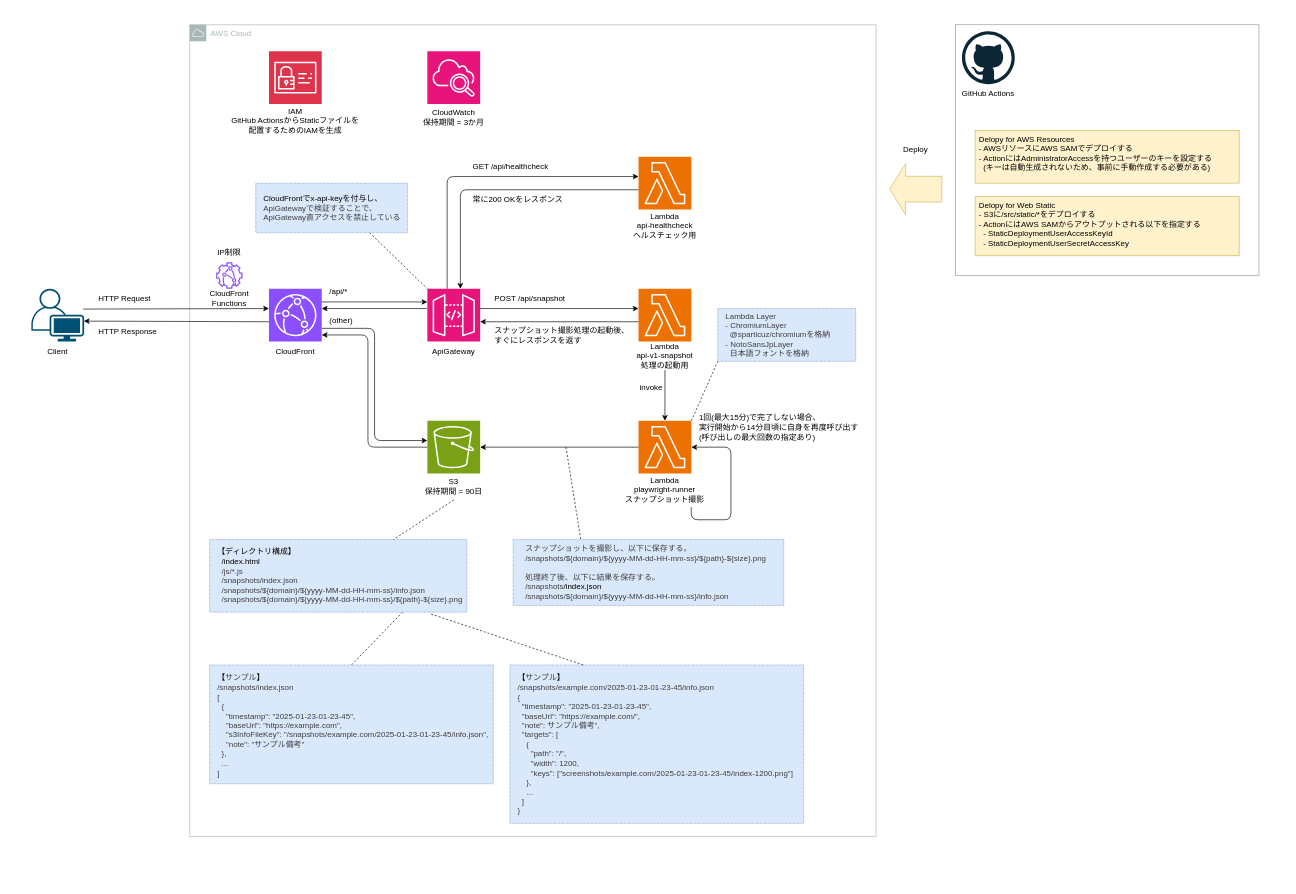
ljourm/lambda-sam-playwright-v2 keeps this draw.io diagram as docs/architecture.drawio. Above is the earlier version. Source tidied: cells renumbered, new cells numbered last; positions are measured from the earlier drawing's top-left corner, leaving out a move shared by most shapes. Both pictures are drawn from the tidied source at 66%, with x=0, y=0 at pixel (11, 11).
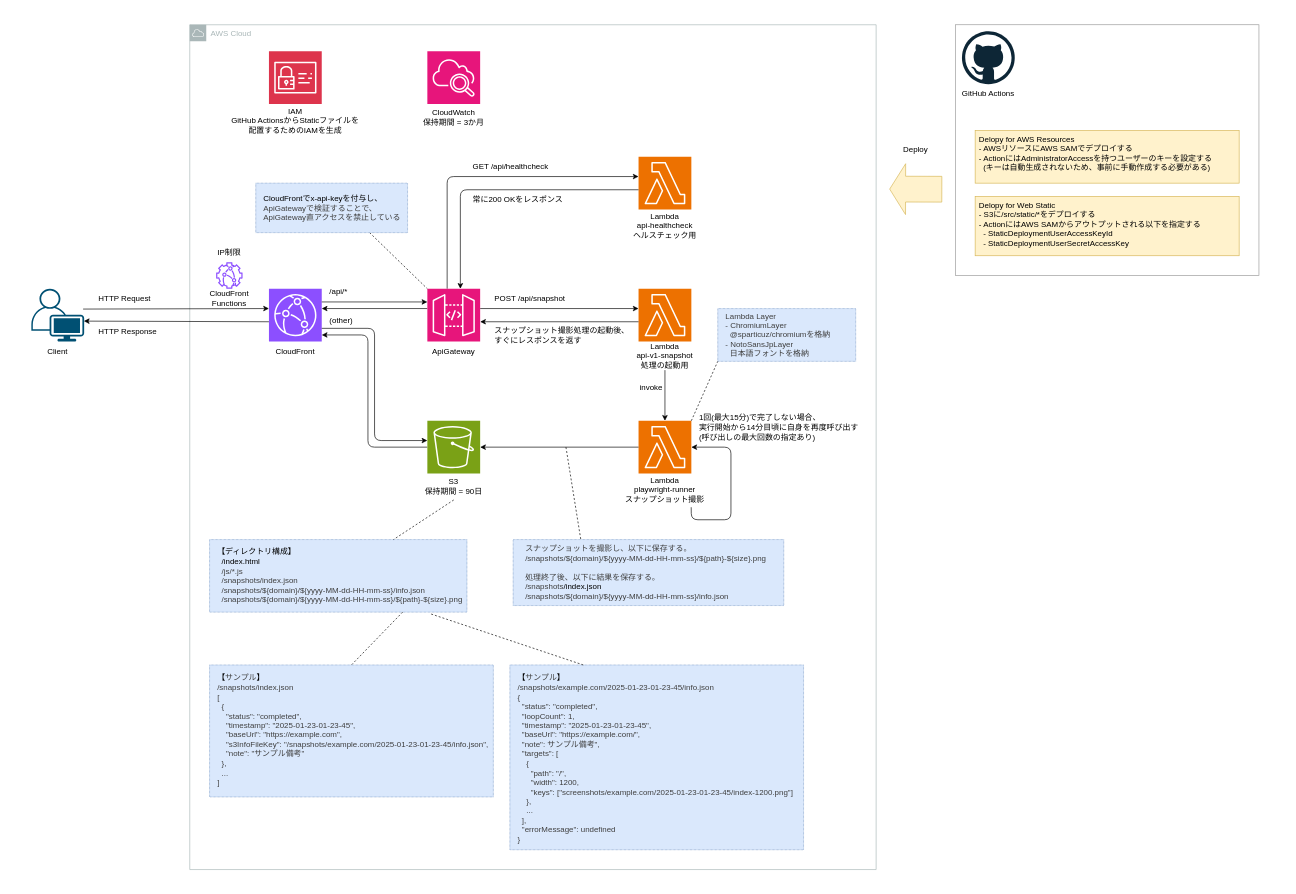
The same page after the edit.

Change to the diagram source:
```diff
@@
     <mxCell id="2" style="rounded=0;whiteSpace=wrap;html=1;strokeColor=none;fontSize=13;" parent="1" vertex="1">
-      <mxGeometry width="1930" height="1270" as="geometry" />
+      <mxGeometry width="1930" height="1320" as="geometry" />
     </mxCell>
@@
     <mxCell id="4" value="AWS Cloud" style="sketch=0;gradientColor=none;html=1;whiteSpace=wrap;fontSize=12;fontStyle=0;shape=mxgraph.aws4.group;grIcon=mxgraph.aws4.group_aws_cloud;strokeColor=#AAB7B8;fillColor=none;verticalAlign=top;align=left;spacingLeft=30;fontColor=#AAB7B8;dashed=0;" parent="1" vertex="1">
-      <mxGeometry x="270" y="20" width="1040" height="1230" as="geometry" />
+      <mxGeometry x="270" y="20" width="1040" height="1280" as="geometry" />
     </mxCell>
@@
-    <mxCell id="64" value="&lt;div&gt;&lt;span style=&quot;color: rgb(0, 0, 0); text-wrap-mode: nowrap;&quot;&gt;【&lt;span style=&quot;color: rgb(63, 63, 63);&quot;&gt;サンプル&lt;/span&gt;】&lt;/span&gt;&lt;/div&gt;&lt;div style=&quot;color: rgb(63, 63, 63); scrollbar-color: rgb(226, 226, 226) rgb(251, 251, 251); text-wrap-mode: nowrap;&quot;&gt;&lt;span style=&quot;scrollbar-color: rgb(226, 226, 226) rgb(251, 251, 251); background-color: transparent; color: rgb(63, 63, 63);&quot;&gt;/snapshots&lt;/span&gt;&lt;span style=&quot;color: rgb(63, 63, 63);&quot;&gt;/index.json&lt;/span&gt;&lt;/div&gt;&lt;div style=&quot;color: rgb(63, 63, 63); scrollbar-color: rgb(226, 226, 226) rgb(251, 251, 251); text-wrap-mode: nowrap;&quot;&gt;&lt;span style=&quot;color: rgb(63, 63, 63);&quot;&gt;&lt;span style=&quot;color: rgb(63, 63, 63); scrollbar-color: rgb(226, 226, 226) rgb(251, 251, 251); background-color: transparent;&quot;&gt;[&lt;/span&gt;&lt;/span&gt;&lt;/div&gt;&lt;div style=&quot;color: rgb(63, 63, 63); scrollbar-color: rgb(226, 226, 226) rgb(251, 251, 251); text-wrap-mode: nowrap;&quot;&gt;&lt;span style=&quot;color: rgb(63, 63, 63);&quot;&gt;&lt;span style=&quot;color: rgb(63, 63, 63); scrollbar-color: rgb(226, 226, 226) rgb(251, 251, 251); background-color: transparent;&quot;&gt;&amp;nbsp; {&amp;nbsp;&lt;/span&gt;&lt;/span&gt;&lt;/div&gt;&lt;div style=&quot;color: rgb(63, 63, 63); scrollbar-color: rgb(226, 226, 226) rgb(251, 251, 251); text-wrap-mode: nowrap;&quot;&gt;&lt;span style=&quot;color: rgb(63, 63, 63);&quot;&gt;&lt;span style=&quot;scrollbar-color: rgb(226, 226, 226) rgb(251, 251, 251); background-color: transparent; color: rgb(63, 63, 63);&quot;&gt;&amp;nbsp; &amp;nbsp; &quot;timestamp&quot;: &quot;&lt;/span&gt;&lt;/span&gt;&lt;span style=&quot;color: rgb(63, 63, 63); background-color: transparent;&quot;&gt;2025-01-23-01-23-45&quot;&lt;/span&gt;&lt;span style=&quot;background-color: transparent;&quot;&gt;,&lt;/span&gt;&lt;/div&gt;&lt;div style=&quot;color: rgb(63, 63, 63); scrollbar-color: rgb(226, 226, 226) rgb(251, 251, 251); text-wrap-mode: nowrap;&quot;&gt;&lt;span style=&quot;background-color: transparent;&quot;&gt;&amp;nbsp; &amp;nbsp; &quot;baseUrl&quot;: &quot;https://example.com&lt;/span&gt;&lt;span style=&quot;color: rgb(63, 63, 63); background-color: transparent;&quot;&gt;&quot;&lt;/span&gt;&lt;span style=&quot;background-color: transparent; color: rgb(63, 63, 63);&quot;&gt;,&lt;/span&gt;&lt;/div&gt;&lt;div style=&quot;color: rgb(63, 63, 63); scrollbar-color: rgb(226, 226, 226) rgb(251, 251, 251); text-wrap-mode: nowrap;&quot;&gt;&lt;span style=&quot;background-color: transparent;&quot;&gt;&amp;nbsp; &amp;nbsp; &quot;s3InfoFileKey&quot;: &quot;&lt;/span&gt;&lt;span style=&quot;background-color: transparent; scrollbar-color: rgb(226, 226, 226) rgb(251, 251, 251); color: rgb(63, 63, 63);&quot;&gt;/snapshots&lt;/span&gt;&lt;span style=&quot;background-color: transparent; color: rgb(63, 63, 63);&quot;&gt;/&lt;/span&gt;&lt;span style=&quot;background-color: transparent; scrollbar-color: rgb(226, 226, 226) rgb(251, 251, 251); color: rgb(63, 63, 63);&quot;&gt;example.com/&lt;/span&gt;&lt;span style=&quot;background-color: transparent; scrollbar-color: rgb(226, 226, 226) rgb(251, 251, 251); color: rgb(63, 63, 63);&quot;&gt;2025-01-23-01-23-45/&lt;/span&gt;&lt;span style=&quot;background-color: transparent; color: rgb(63, 63, 63); scrollbar-color: rgb(226, 226, 226) rgb(251, 251, 251);&quot;&gt;info.json&quot;,&lt;/span&gt;&lt;/div&gt;&lt;div style=&quot;color: rgb(63, 63, 63); scrollbar-color: rgb(226, 226, 226) rgb(251, 251, 251); text-wrap-mode: nowrap;&quot;&gt;&lt;span style=&quot;background-color: transparent; color: rgb(63, 63, 63); scrollbar-color: rgb(226, 226, 226) rgb(251, 251, 251);&quot;&gt;&amp;nbsp; &amp;nbsp; &quot;note&quot;: &quot;サンプル備考&quot;&lt;/span&gt;&lt;/div&gt;&lt;div style=&quot;color: rgb(63, 63, 63); scrollbar-color: rgb(226, 226, 226) rgb(251, 251, 251); text-wrap-mode: nowrap;&quot;&gt;&lt;span style=&quot;background-color: transparent;&quot;&gt;&amp;nbsp; },&lt;/span&gt;&lt;/div&gt;&lt;div style=&quot;color: rgb(63, 63, 63); scrollbar-color: rgb(226, 226, 226) rgb(251, 251, 251); text-wrap-mode: nowrap;&quot;&gt;&lt;span style=&quot;background-color: transparent;&quot;&gt;&amp;nbsp; ...&lt;/span&gt;&lt;/div&gt;&lt;div style=&quot;color: rgb(63, 63, 63); scrollbar-color: rgb(226, 226, 226) rgb(251, 251, 251); text-wrap-mode: nowrap;&quot;&gt;&lt;span style=&quot;background-color: transparent; color: rgb(63, 63, 63);&quot;&gt;]&lt;/span&gt;&lt;/div&gt;" style="text;html=1;align=left;verticalAlign=top;whiteSpace=wrap;rounded=0;strokeColor=#6c8ebf;dashed=1;dashPattern=1 1;labelBorderColor=none;fillColor=#dae8fc;spacingLeft=4;spacing=8;" parent="1" vertex="1">
-      <mxGeometry x="300" y="990" width="430" height="180" as="geometry" />
+    <mxCell id="64" value="&lt;div&gt;&lt;span style=&quot;color: rgb(0, 0, 0); text-wrap-mode: nowrap;&quot;&gt;【&lt;span style=&quot;color: rgb(63, 63, 63);&quot;&gt;サンプル&lt;/span&gt;】&lt;/span&gt;&lt;/div&gt;&lt;div style=&quot;color: rgb(63, 63, 63); scrollbar-color: rgb(226, 226, 226) rgb(251, 251, 251); text-wrap-mode: nowrap;&quot;&gt;&lt;span style=&quot;scrollbar-color: rgb(226, 226, 226) rgb(251, 251, 251); background-color: transparent; color: rgb(63, 63, 63);&quot;&gt;/snapshots&lt;/span&gt;&lt;span style=&quot;color: rgb(63, 63, 63);&quot;&gt;/index.json&lt;/span&gt;&lt;/div&gt;&lt;div style=&quot;color: rgb(63, 63, 63); scrollbar-color: rgb(226, 226, 226) rgb(251, 251, 251); text-wrap-mode: nowrap;&quot;&gt;&lt;span style=&quot;color: rgb(63, 63, 63);&quot;&gt;&lt;span style=&quot;color: rgb(63, 63, 63); scrollbar-color: rgb(226, 226, 226) rgb(251, 251, 251); background-color: transparent;&quot;&gt;[&lt;/span&gt;&lt;/span&gt;&lt;/div&gt;&lt;div style=&quot;color: rgb(63, 63, 63); scrollbar-color: rgb(226, 226, 226) rgb(251, 251, 251); text-wrap-mode: nowrap;&quot;&gt;&lt;span style=&quot;color: rgb(63, 63, 63);&quot;&gt;&lt;span style=&quot;color: rgb(63, 63, 63); scrollbar-color: rgb(226, 226, 226) rgb(251, 251, 251); background-color: transparent;&quot;&gt;&amp;nbsp; {&lt;/span&gt;&lt;/span&gt;&lt;/div&gt;&lt;div style=&quot;color: rgb(63, 63, 63); scrollbar-color: rgb(226, 226, 226) rgb(251, 251, 251); text-wrap-mode: nowrap;&quot;&gt;&lt;span style=&quot;color: rgb(63, 63, 63);&quot;&gt;&lt;span style=&quot;color: rgb(63, 63, 63); scrollbar-color: rgb(226, 226, 226) rgb(251, 251, 251); background-color: transparent;&quot;&gt;&amp;nbsp; &amp;nbsp; &quot;status&quot;: &quot;completed&quot;,&lt;/span&gt;&lt;/span&gt;&lt;/div&gt;&lt;div style=&quot;color: rgb(63, 63, 63); scrollbar-color: rgb(226, 226, 226) rgb(251, 251, 251); text-wrap-mode: nowrap;&quot;&gt;&lt;span style=&quot;color: rgb(63, 63, 63);&quot;&gt;&lt;span style=&quot;scrollbar-color: rgb(226, 226, 226) rgb(251, 251, 251); background-color: transparent; color: rgb(63, 63, 63);&quot;&gt;&amp;nbsp; &amp;nbsp; &quot;timestamp&quot;: &quot;&lt;/span&gt;&lt;/span&gt;&lt;span style=&quot;color: rgb(63, 63, 63); background-color: transparent;&quot;&gt;2025-01-23-01-23-45&quot;&lt;/span&gt;&lt;span style=&quot;background-color: transparent;&quot;&gt;,&lt;/span&gt;&lt;/div&gt;&lt;div style=&quot;color: rgb(63, 63, 63); scrollbar-color: rgb(226, 226, 226) rgb(251, 251, 251); text-wrap-mode: nowrap;&quot;&gt;&lt;span style=&quot;background-color: transparent;&quot;&gt;&amp;nbsp; &amp;nbsp; &quot;baseUrl&quot;: &quot;https://example.com&lt;/span&gt;&lt;span style=&quot;color: rgb(63, 63, 63); background-color: transparent;&quot;&gt;&quot;&lt;/span&gt;&lt;span style=&quot;background-color: transparent; color: rgb(63, 63, 63);&quot;&gt;,&lt;/span&gt;&lt;/div&gt;&lt;div style=&quot;color: rgb(63, 63, 63); scrollbar-color: rgb(226, 226, 226) rgb(251, 251, 251); text-wrap-mode: nowrap;&quot;&gt;&lt;span style=&quot;background-color: transparent;&quot;&gt;&amp;nbsp; &amp;nbsp; &quot;s3InfoFileKey&quot;: &quot;&lt;/span&gt;&lt;span style=&quot;background-color: transparent; scrollbar-color: rgb(226, 226, 226) rgb(251, 251, 251); color: rgb(63, 63, 63);&quot;&gt;/snapshots&lt;/span&gt;&lt;span style=&quot;background-color: transparent; color: rgb(63, 63, 63);&quot;&gt;/&lt;/span&gt;&lt;span style=&quot;background-color: transparent; scrollbar-color: rgb(226, 226, 226) rgb(251, 251, 251); color: rgb(63, 63, 63);&quot;&gt;example.com/&lt;/span&gt;&lt;span style=&quot;background-color: transparent; scrollbar-color: rgb(226, 226, 226) rgb(251, 251, 251); color: rgb(63, 63, 63);&quot;&gt;2025-01-23-01-23-45/&lt;/span&gt;&lt;span style=&quot;background-color: transparent; color: rgb(63, 63, 63); scrollbar-color: rgb(226, 226, 226) rgb(251, 251, 251);&quot;&gt;info.json&quot;,&lt;/span&gt;&lt;/div&gt;&lt;div style=&quot;color: rgb(63, 63, 63); scrollbar-color: rgb(226, 226, 226) rgb(251, 251, 251); text-wrap-mode: nowrap;&quot;&gt;&lt;span style=&quot;background-color: transparent; color: rgb(63, 63, 63); scrollbar-color: rgb(226, 226, 226) rgb(251, 251, 251);&quot;&gt;&amp;nbsp; &amp;nbsp; &quot;note&quot;: &quot;サンプル備考&quot;&lt;/span&gt;&lt;/div&gt;&lt;div style=&quot;color: rgb(63, 63, 63); scrollbar-color: rgb(226, 226, 226) rgb(251, 251, 251); text-wrap-mode: nowrap;&quot;&gt;&lt;span style=&quot;background-color: transparent;&quot;&gt;&amp;nbsp; },&lt;/span&gt;&lt;/div&gt;&lt;div style=&quot;color: rgb(63, 63, 63); scrollbar-color: rgb(226, 226, 226) rgb(251, 251, 251); text-wrap-mode: nowrap;&quot;&gt;&lt;span style=&quot;background-color: transparent;&quot;&gt;&amp;nbsp; ...&lt;/span&gt;&lt;/div&gt;&lt;div style=&quot;color: rgb(63, 63, 63); scrollbar-color: rgb(226, 226, 226) rgb(251, 251, 251); text-wrap-mode: nowrap;&quot;&gt;&lt;span style=&quot;background-color: transparent; color: rgb(63, 63, 63);&quot;&gt;]&lt;/span&gt;&lt;/div&gt;" style="text;html=1;align=left;verticalAlign=top;whiteSpace=wrap;rounded=0;strokeColor=#6c8ebf;dashed=1;dashPattern=1 1;labelBorderColor=none;fillColor=#dae8fc;spacingLeft=4;spacing=8;" parent="1" vertex="1">
+      <mxGeometry x="300" y="990" width="430" height="200" as="geometry" />
     </mxCell>
-    <mxCell id="65" value="&lt;div&gt;&lt;span style=&quot;color: rgb(0, 0, 0); text-wrap-mode: nowrap;&quot;&gt;【&lt;span style=&quot;color: rgb(63, 63, 63);&quot;&gt;サンプル&lt;/span&gt;】&lt;/span&gt;&lt;/div&gt;&lt;div style=&quot;color: rgb(63, 63, 63); scrollbar-color: rgb(226, 226, 226) rgb(251, 251, 251); text-wrap-mode: nowrap;&quot;&gt;&lt;span style=&quot;scrollbar-color: rgb(226, 226, 226) rgb(251, 251, 251); background-color: transparent; color: rgb(63, 63, 63);&quot;&gt;/snapshots&lt;/span&gt;&lt;span style=&quot;color: rgb(63, 63, 63);&quot;&gt;/&lt;/span&gt;&lt;span style=&quot;scrollbar-color: rgb(226, 226, 226) rgb(251, 251, 251); background-color: transparent; color: rgb(63, 63, 63);&quot;&gt;example.com/&lt;/span&gt;&lt;span style=&quot;scrollbar-color: rgb(226, 226, 226) rgb(251, 251, 251); background-color: transparent; color: rgb(63, 63, 63);&quot;&gt;2025-01-23-01-23-45/&lt;/span&gt;&lt;span style=&quot;color: rgb(63, 63, 63); scrollbar-color: rgb(226, 226, 226) rgb(251, 251, 251); background-color: transparent;&quot;&gt;info.json&lt;/span&gt;&lt;/div&gt;&lt;div style=&quot;color: rgb(63, 63, 63); scrollbar-color: rgb(226, 226, 226) rgb(251, 251, 251); text-wrap-mode: nowrap;&quot;&gt;&lt;div style=&quot;scrollbar-color: rgb(226, 226, 226) rgb(251, 251, 251); color: rgb(63, 63, 63);&quot;&gt;{&lt;/div&gt;&lt;div style=&quot;scrollbar-color: rgb(226, 226, 226) rgb(251, 251, 251); color: rgb(63, 63, 63);&quot;&gt;&amp;nbsp; &quot;timestamp&quot;: &quot;&lt;span style=&quot;color: rgb(63, 63, 63);&quot;&gt;2025-01-23-01-23-45&lt;/span&gt;&quot;,&lt;/div&gt;&lt;div style=&quot;scrollbar-color: rgb(226, 226, 226) rgb(251, 251, 251); color: rgb(63, 63, 63);&quot;&gt;&amp;nbsp; &quot;baseUrl&quot;: &quot;https://example.com/&quot;,&lt;/div&gt;&lt;div style=&quot;scrollbar-color: rgb(226, 226, 226) rgb(251, 251, 251); color: rgb(63, 63, 63);&quot;&gt;&amp;nbsp; &quot;note&quot;: サンプル備考&quot;,&lt;/div&gt;&lt;div style=&quot;scrollbar-color: rgb(226, 226, 226) rgb(251, 251, 251); color: rgb(63, 63, 63);&quot;&gt;&amp;nbsp; &quot;targets&quot;: [&lt;/div&gt;&lt;div style=&quot;scrollbar-color: rgb(226, 226, 226) rgb(251, 251, 251); color: rgb(63, 63, 63);&quot;&gt;&amp;nbsp; &amp;nbsp; {&lt;/div&gt;&lt;div style=&quot;scrollbar-color: rgb(226, 226, 226) rgb(251, 251, 251); color: rgb(63, 63, 63);&quot;&gt;&amp;nbsp; &amp;nbsp; &amp;nbsp; &quot;path&quot;: &quot;/&quot;,&lt;/div&gt;&lt;div style=&quot;scrollbar-color: rgb(226, 226, 226) rgb(251, 251, 251); color: rgb(63, 63, 63);&quot;&gt;&amp;nbsp; &amp;nbsp; &amp;nbsp; &quot;width&quot;: 1200,&lt;/div&gt;&lt;div style=&quot;scrollbar-color: rgb(226, 226, 226) rgb(251, 251, 251); color: rgb(63, 63, 63);&quot;&gt;&amp;nbsp; &amp;nbsp; &amp;nbsp; &quot;keys&quot;: [&quot;screenshots/example.com/&lt;span style=&quot;color: rgb(63, 63, 63);&quot;&gt;2025-01-23-01-23-45&lt;/span&gt;/index-1200.png&quot;]&lt;/div&gt;&lt;div style=&quot;scrollbar-color: rgb(226, 226, 226) rgb(251, 251, 251); color: rgb(63, 63, 63);&quot;&gt;&amp;nbsp; &amp;nbsp; },&lt;/div&gt;&lt;div style=&quot;scrollbar-color: rgb(226, 226, 226) rgb(251, 251, 251); color: rgb(63, 63, 63);&quot;&gt;&amp;nbsp; &amp;nbsp; ...&lt;/div&gt;&lt;div style=&quot;scrollbar-color: rgb(226, 226, 226) rgb(251, 251, 251); color: rgb(63, 63, 63);&quot;&gt;&amp;nbsp; ]&lt;/div&gt;&lt;div style=&quot;scrollbar-color: rgb(226, 226, 226) rgb(251, 251, 251); color: rgb(63, 63, 63);&quot;&gt;}&lt;/div&gt;&lt;/div&gt;" style="text;html=1;align=left;verticalAlign=top;whiteSpace=wrap;rounded=0;strokeColor=#6c8ebf;dashed=1;dashPattern=1 1;labelBorderColor=none;fillColor=#dae8fc;spacingLeft=4;spacing=8;" parent="1" vertex="1">
-      <mxGeometry x="755" y="990" width="445" height="240" as="geometry" />
+    <mxCell id="65" value="&lt;div&gt;&lt;span style=&quot;color: rgb(0, 0, 0); text-wrap-mode: nowrap;&quot;&gt;【&lt;span style=&quot;color: rgb(63, 63, 63);&quot;&gt;サンプル&lt;/span&gt;】&lt;/span&gt;&lt;/div&gt;&lt;div style=&quot;color: rgb(63, 63, 63); scrollbar-color: rgb(226, 226, 226) rgb(251, 251, 251); text-wrap-mode: nowrap;&quot;&gt;&lt;span style=&quot;scrollbar-color: rgb(226, 226, 226) rgb(251, 251, 251); background-color: transparent; color: rgb(63, 63, 63);&quot;&gt;/snapshots&lt;/span&gt;&lt;span style=&quot;color: rgb(63, 63, 63);&quot;&gt;/&lt;/span&gt;&lt;span style=&quot;scrollbar-color: rgb(226, 226, 226) rgb(251, 251, 251); background-color: transparent; color: rgb(63, 63, 63);&quot;&gt;example.com/&lt;/span&gt;&lt;span style=&quot;scrollbar-color: rgb(226, 226, 226) rgb(251, 251, 251); background-color: transparent; color: rgb(63, 63, 63);&quot;&gt;2025-01-23-01-23-45/&lt;/span&gt;&lt;span style=&quot;color: rgb(63, 63, 63); scrollbar-color: rgb(226, 226, 226) rgb(251, 251, 251); background-color: transparent;&quot;&gt;info.json&lt;/span&gt;&lt;/div&gt;&lt;div style=&quot;color: rgb(63, 63, 63); scrollbar-color: rgb(226, 226, 226) rgb(251, 251, 251); text-wrap-mode: nowrap;&quot;&gt;&lt;div style=&quot;scrollbar-color: rgb(226, 226, 226) rgb(251, 251, 251); color: rgb(63, 63, 63);&quot;&gt;{&lt;/div&gt;&lt;div style=&quot;scrollbar-color: rgb(226, 226, 226) rgb(251, 251, 251); color: rgb(63, 63, 63);&quot;&gt;&amp;nbsp; &quot;status&quot;: &quot;completed&quot;,&lt;/div&gt;&lt;div style=&quot;scrollbar-color: rgb(226, 226, 226) rgb(251, 251, 251); color: rgb(63, 63, 63);&quot;&gt;&amp;nbsp; &quot;loopCount&quot;: 1,&lt;/div&gt;&lt;div style=&quot;scrollbar-color: rgb(226, 226, 226) rgb(251, 251, 251); color: rgb(63, 63, 63);&quot;&gt;&amp;nbsp; &quot;timestamp&quot;: &quot;&lt;span style=&quot;color: rgb(63, 63, 63);&quot;&gt;2025-01-23-01-23-45&lt;/span&gt;&quot;,&lt;/div&gt;&lt;div style=&quot;scrollbar-color: rgb(226, 226, 226) rgb(251, 251, 251); color: rgb(63, 63, 63);&quot;&gt;&amp;nbsp; &quot;baseUrl&quot;: &quot;https://example.com/&quot;,&lt;/div&gt;&lt;div style=&quot;scrollbar-color: rgb(226, 226, 226) rgb(251, 251, 251); color: rgb(63, 63, 63);&quot;&gt;&amp;nbsp; &quot;note&quot;: サンプル備考&quot;,&lt;/div&gt;&lt;div style=&quot;scrollbar-color: rgb(226, 226, 226) rgb(251, 251, 251); color: rgb(63, 63, 63);&quot;&gt;&amp;nbsp; &quot;targets&quot;: [&lt;/div&gt;&lt;div style=&quot;scrollbar-color: rgb(226, 226, 226) rgb(251, 251, 251); color: rgb(63, 63, 63);&quot;&gt;&amp;nbsp; &amp;nbsp; {&lt;/div&gt;&lt;div style=&quot;scrollbar-color: rgb(226, 226, 226) rgb(251, 251, 251); color: rgb(63, 63, 63);&quot;&gt;&amp;nbsp; &amp;nbsp; &amp;nbsp; &quot;path&quot;: &quot;/&quot;,&lt;/div&gt;&lt;div style=&quot;scrollbar-color: rgb(226, 226, 226) rgb(251, 251, 251); color: rgb(63, 63, 63);&quot;&gt;&amp;nbsp; &amp;nbsp; &amp;nbsp; &quot;width&quot;: 1200,&lt;/div&gt;&lt;div style=&quot;scrollbar-color: rgb(226, 226, 226) rgb(251, 251, 251); color: rgb(63, 63, 63);&quot;&gt;&amp;nbsp; &amp;nbsp; &amp;nbsp; &quot;keys&quot;: [&quot;screenshots/example.com/&lt;span style=&quot;color: rgb(63, 63, 63);&quot;&gt;2025-01-23-01-23-45&lt;/span&gt;/index-1200.png&quot;]&lt;/div&gt;&lt;div style=&quot;scrollbar-color: rgb(226, 226, 226) rgb(251, 251, 251); color: rgb(63, 63, 63);&quot;&gt;&amp;nbsp; &amp;nbsp; },&lt;/div&gt;&lt;div style=&quot;scrollbar-color: rgb(226, 226, 226) rgb(251, 251, 251); color: rgb(63, 63, 63);&quot;&gt;&amp;nbsp; &amp;nbsp; ...&lt;/div&gt;&lt;div style=&quot;scrollbar-color: rgb(226, 226, 226) rgb(251, 251, 251); color: rgb(63, 63, 63);&quot;&gt;&amp;nbsp; ],&lt;/div&gt;&lt;div style=&quot;scrollbar-color: rgb(226, 226, 226) rgb(251, 251, 251); color: rgb(63, 63, 63);&quot;&gt;&amp;nbsp; &quot;errorMessage&quot;: undefined&lt;/div&gt;&lt;div style=&quot;scrollbar-color: rgb(226, 226, 226) rgb(251, 251, 251); color: rgb(63, 63, 63);&quot;&gt;}&lt;/div&gt;&lt;/div&gt;" style="text;html=1;align=left;verticalAlign=top;whiteSpace=wrap;rounded=0;strokeColor=#6c8ebf;dashed=1;dashPattern=1 1;labelBorderColor=none;fillColor=#dae8fc;spacingLeft=4;spacing=8;" parent="1" vertex="1">
+      <mxGeometry x="755" y="990" width="445" height="280" as="geometry" />
     </mxCell>
```
